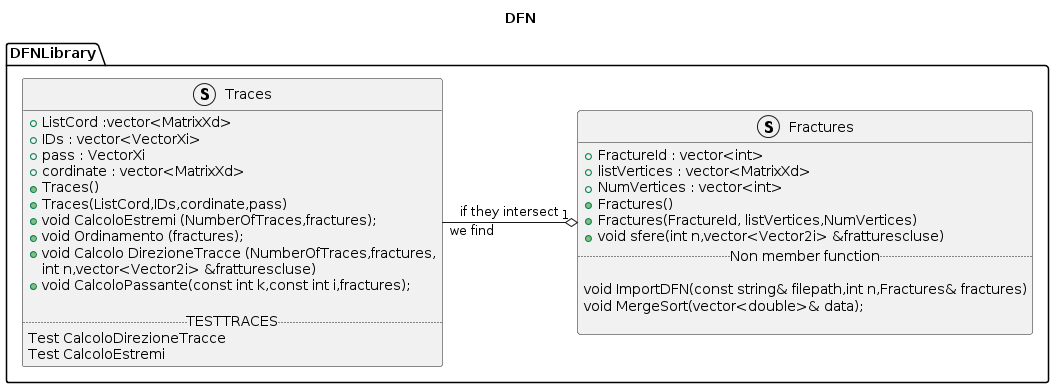
DanieleSemeraro/PROGETTO_PCS_2024 keeps this PlantUML diagram as Project/Documentazione/plant_uml.png. Above is the earlier version.
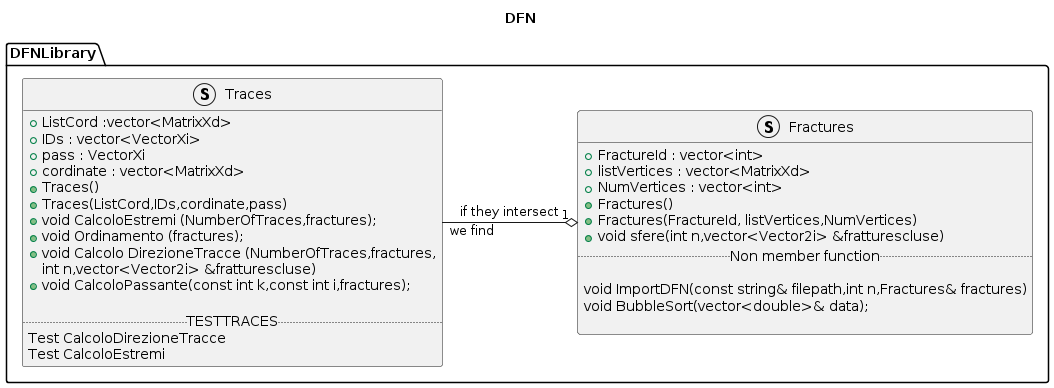
Later version of the same file.

Commit message:
plant uml

Change to the diagram source:
```diff
@@ -16,7 +16,7 @@
 .. Non member function ..
 
 void ImportDFN(const string& filepath,int n,Fractures& fractures)
-void MergeSort(vector<double>& data);
+void BubbleSort(vector<double>& data);
 
 }
 
```
